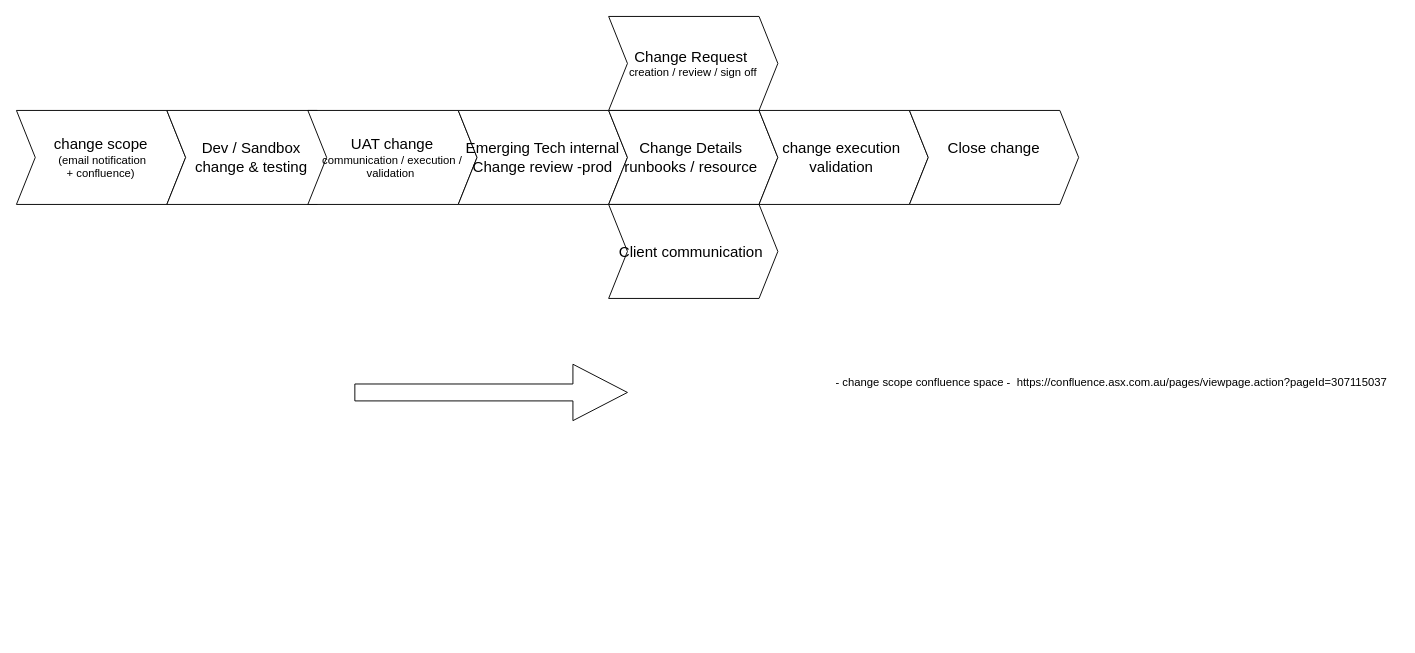
This is Untitled Diagram.drawio from dananaus/Jenkins, a draw.io file, before an edit. Source tidied: cells renumbered, new cells numbered last; positions are measured from the earlier drawing's top-left corner, leaving out a move shared by most shapes. Both pictures are drawn from the tidied source at 94%, with x=0, y=0 at pixel (16, 16).
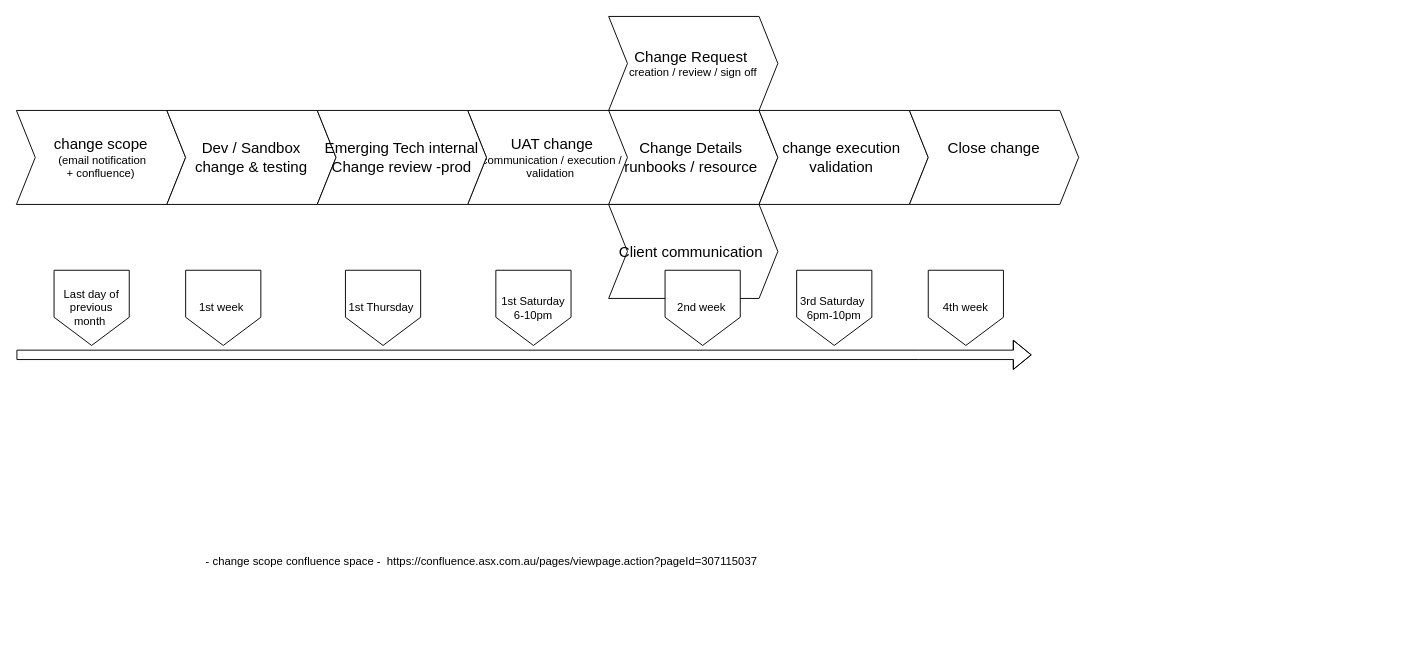
The same page after the edit.

What changed in the source:
```diff
@@
-    <mxCell id="2" style="shape=singleArrow;whiteSpace=wrap;html=1;" parent="1" vertex="1">
-      <mxGeometry x="360" y="370" width="290" height="60" as="geometry" />
-    </mxCell>
@@
     <mxCell id="4" value="- change scope confluence space -&amp;nbsp; https://confluence.asx.com.au/pages/viewpage.action?pageId=307115037" style="text;strokeColor=none;align=center;fillColor=none;html=1;verticalAlign=middle;whiteSpace=wrap;rounded=0;" parent="1" vertex="1">
-      <mxGeometry x="860" y="310" width="610" height="160" as="geometry" />
+      <mxGeometry x="190" y="500" width="610" height="160" as="geometry" />
     </mxCell>
@@
     <mxCell id="6" value="&lt;font style=&quot;font-size: 16px;&quot;&gt;UAT change &lt;/font&gt;&lt;br&gt;communication / execution / validation&amp;nbsp;" style="shape=step;perimeter=stepPerimeter;whiteSpace=wrap;html=1;fixedSize=1;" parent="1" vertex="1">
-      <mxGeometry x="310" y="100" width="180" height="100" as="geometry" />
+      <mxGeometry x="480" y="100" width="180" height="100" as="geometry" />
     </mxCell>
@@
     <mxCell id="8" value="&lt;span style=&quot;font-size: 16px;&quot;&gt;Emerging Tech internal Change review -prod&lt;/span&gt;" style="shape=step;perimeter=stepPerimeter;whiteSpace=wrap;html=1;fixedSize=1;" parent="1" vertex="1">
-      <mxGeometry x="470" y="100" width="180" height="100" as="geometry" />
+      <mxGeometry x="320" y="100" width="180" height="100" as="geometry" />
     </mxCell>
@@
+    <mxCell id="13" style="shape=flexArrow;endArrow=classic;html=1;rounded=0;" parent="1" edge="1">
+      <mxGeometry relative="1" as="geometry">
+        <mxPoint y="360" as="sourcePoint" />
+        <mxPoint x="1080" y="360" as="targetPoint" />
+        <Array as="points">
+          <mxPoint x="960" y="360" />
+        </Array>
+      </mxGeometry>
+    </mxCell>
+    <mxCell id="14" value="Last day of previous month&amp;nbsp;" style="shape=offPageConnector;whiteSpace=wrap;html=1;" parent="1" vertex="1">
+      <mxGeometry x="40" y="270" width="80" height="80" as="geometry" />
+    </mxCell>
+    <mxCell id="15" value="1st week&amp;nbsp;" style="shape=offPageConnector;whiteSpace=wrap;html=1;" parent="1" vertex="1">
+      <mxGeometry x="180" y="270" width="80" height="80" as="geometry" />
+    </mxCell>
+    <mxCell id="16" value="1st Saturday 6-10pm" style="shape=offPageConnector;whiteSpace=wrap;html=1;" parent="1" vertex="1">
+      <mxGeometry x="510" y="270" width="80" height="80" as="geometry" />
+    </mxCell>
+    <mxCell id="17" value="1st Thursday&amp;nbsp;" style="shape=offPageConnector;whiteSpace=wrap;html=1;" parent="1" vertex="1">
+      <mxGeometry x="350" y="270" width="80" height="80" as="geometry" />
+    </mxCell>
+    <mxCell id="18" value="2nd week&lt;span style=&quot;white-space: pre;&quot;&gt;&#9;&lt;/span&gt;" style="shape=offPageConnector;whiteSpace=wrap;html=1;" parent="1" vertex="1">
+      <mxGeometry x="690" y="270" width="80" height="80" as="geometry" />
+    </mxCell>
+    <mxCell id="19" value="3rd Saturday&amp;nbsp;&lt;br&gt;6pm-10pm" style="shape=offPageConnector;whiteSpace=wrap;html=1;" parent="1" vertex="1">
+      <mxGeometry x="830" y="270" width="80" height="80" as="geometry" />
+    </mxCell>
+    <mxCell id="20" value="4th week" style="shape=offPageConnector;whiteSpace=wrap;html=1;" parent="1" vertex="1">
+      <mxGeometry x="970" y="270" width="80" height="80" as="geometry" />
+    </mxCell>
```
